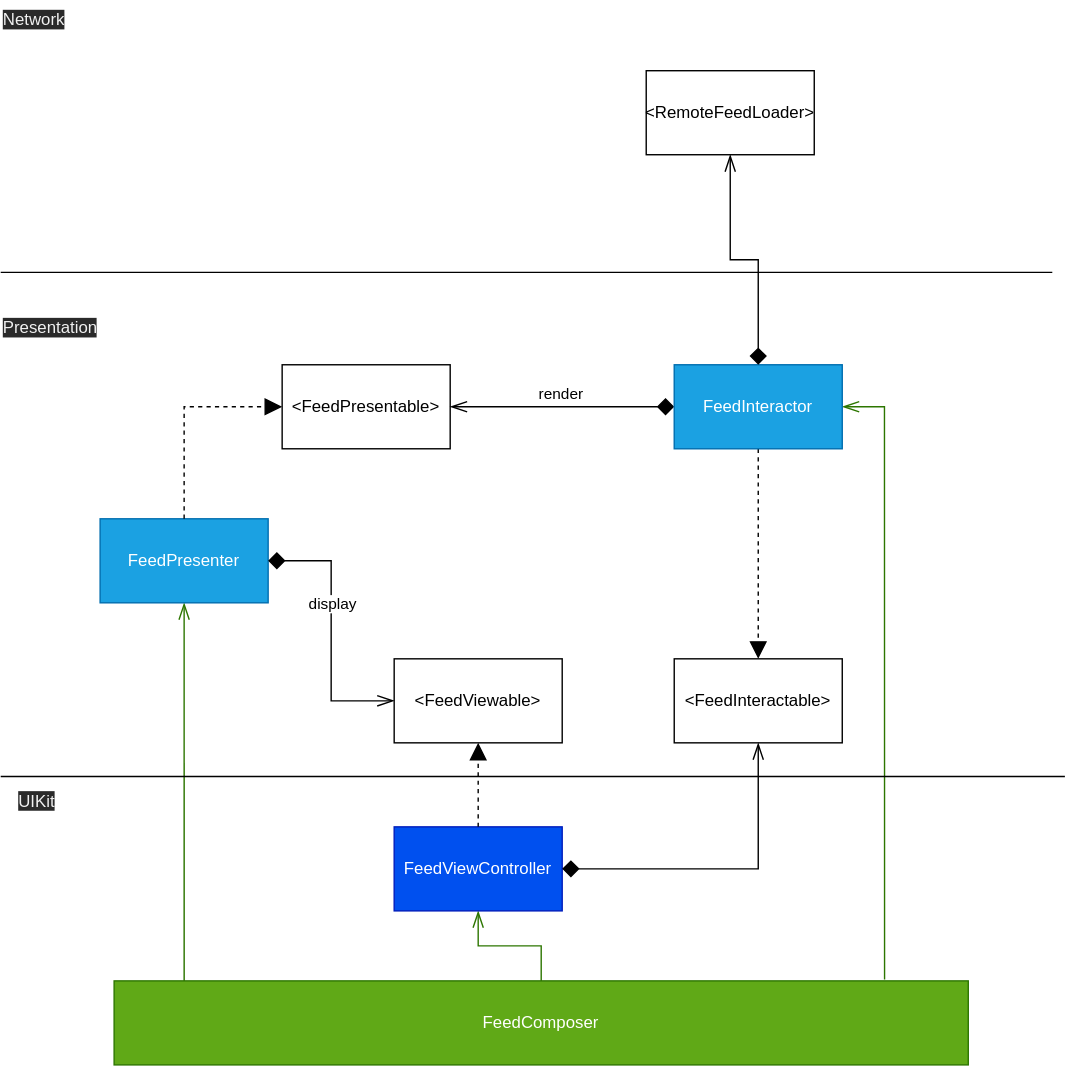
Before: Documents/FeedUseCase.svg, a diagram exported from draw.io (surakamy/PhotoFeedDemo). Source tidied: cells renumbered, new cells last; positions are measured from the earlier drawing's top-left corner, leaving out a move shared by most shapes.
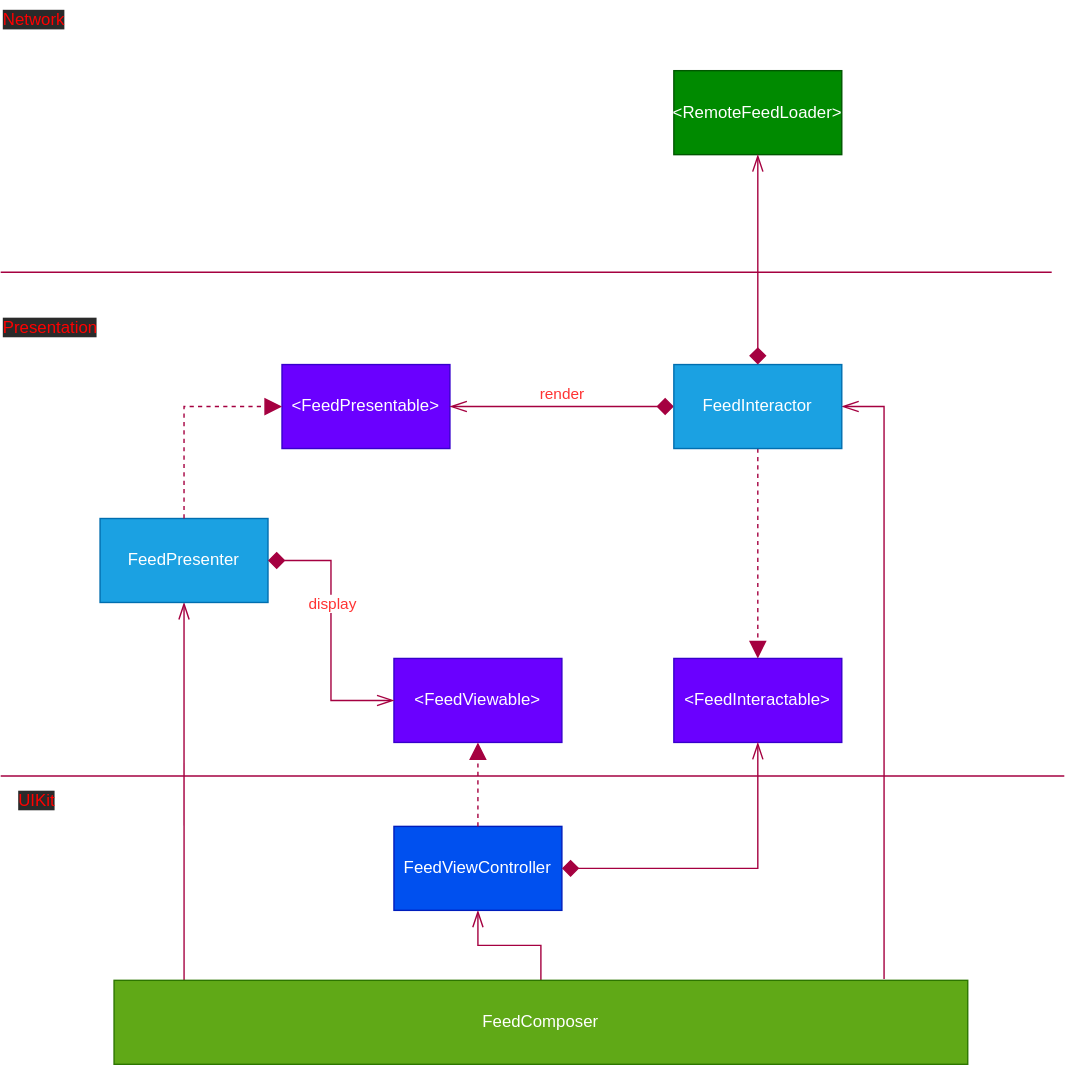
The same file after the commit.

Commit message:
Improve colours on the diagrams

Diff of the diagram source:
```diff
@@ -2,22 +2,22 @@
   <root>
     <mxCell id="0" />
     <mxCell id="1" parent="0" />
-    <mxCell id="2" value="&lt;span&gt;&amp;lt;FeedViewable&amp;gt;&lt;/span&gt;" style="rounded=0;whiteSpace=wrap;html=1;" parent="1" vertex="1">
+    <mxCell id="2" value="&lt;span&gt;&amp;lt;FeedViewable&amp;gt;&lt;/span&gt;" style="rounded=0;whiteSpace=wrap;html=1;fillColor=#6a00ff;strokeColor=#3700CC;fontColor=#ffffff;" parent="1" vertex="1">
       <mxGeometry x="281" y="470" width="120" height="60" as="geometry" />
     </mxCell>
-    <mxCell id="3" value="&lt;span&gt;&amp;lt;FeedInteractable&amp;gt;&lt;/span&gt;" style="rounded=0;whiteSpace=wrap;html=1;" parent="1" vertex="1">
+    <mxCell id="3" value="&lt;span&gt;&amp;lt;FeedInteractable&amp;gt;&lt;/span&gt;" style="rounded=0;whiteSpace=wrap;html=1;fillColor=#6a00ff;strokeColor=#3700CC;fontColor=#ffffff;" parent="1" vertex="1">
       <mxGeometry x="481" y="470" width="120" height="60" as="geometry" />
     </mxCell>
-    <mxCell id="4" value="&lt;span&gt;&amp;lt;FeedPresentable&amp;gt;&lt;/span&gt;" style="rounded=0;whiteSpace=wrap;html=1;" parent="1" vertex="1">
+    <mxCell id="4" value="&lt;span&gt;&amp;lt;FeedPresentable&amp;gt;&lt;/span&gt;" style="rounded=0;whiteSpace=wrap;html=1;fillColor=#6a00ff;strokeColor=#3700CC;fontColor=#ffffff;" parent="1" vertex="1">
       <mxGeometry x="201" y="260" width="120" height="60" as="geometry" />
     </mxCell>
-    <mxCell id="5" style="edgeStyle=orthogonalEdgeStyle;rounded=0;jumpSize=12;jettySize=auto;html=1;exitX=0.5;exitY=0;exitDx=0;exitDy=0;entryX=0.5;entryY=1;entryDx=0;entryDy=0;startArrow=none;startFill=0;startSize=10;endArrow=openThin;endFill=0;endSize=10;fillColor=#60a917;strokeColor=#2D7600;" parent="1" edge="1" source="8" target="18">
+    <mxCell id="5" style="edgeStyle=orthogonalEdgeStyle;rounded=0;jumpSize=12;jettySize=auto;html=1;exitX=0.5;exitY=0;exitDx=0;exitDy=0;entryX=0.5;entryY=1;entryDx=0;entryDy=0;startArrow=none;startFill=0;startSize=10;endArrow=openThin;endFill=0;endSize=10;fillColor=#d80073;strokeColor=#A50040;" parent="1" edge="1" source="8" target="18">
       <mxGeometry relative="1" as="geometry" />
     </mxCell>
-    <mxCell id="6" style="edgeStyle=orthogonalEdgeStyle;rounded=0;jumpSize=12;jettySize=auto;html=1;exitX=0.082;exitY=0;exitDx=0;exitDy=0;entryX=0.5;entryY=1;entryDx=0;entryDy=0;startArrow=none;startFill=0;startSize=10;endArrow=openThin;endFill=0;endSize=10;fillColor=#60a917;strokeColor=#2D7600;exitPerimeter=0;" parent="1" edge="1" source="8" target="13">
+    <mxCell id="6" style="edgeStyle=orthogonalEdgeStyle;rounded=0;jumpSize=12;jettySize=auto;html=1;exitX=0.082;exitY=0;exitDx=0;exitDy=0;entryX=0.5;entryY=1;entryDx=0;entryDy=0;startArrow=none;startFill=0;startSize=10;endArrow=openThin;endFill=0;endSize=10;fillColor=#d80073;strokeColor=#A50040;exitPerimeter=0;" parent="1" edge="1" source="8" target="13">
       <mxGeometry relative="1" as="geometry" />
     </mxCell>
-    <mxCell id="7" style="edgeStyle=orthogonalEdgeStyle;rounded=0;jumpSize=12;jettySize=auto;html=1;exitX=0.902;exitY=-0.017;exitDx=0;exitDy=0;startArrow=none;startFill=0;startSize=10;endArrow=openThin;endFill=0;endSize=10;entryX=1;entryY=0.5;entryDx=0;entryDy=0;fillColor=#60a917;strokeColor=#2D7600;exitPerimeter=0;" parent="1" edge="1" source="8" target="12">
+    <mxCell id="7" style="edgeStyle=orthogonalEdgeStyle;rounded=0;jumpSize=12;jettySize=auto;html=1;exitX=0.902;exitY=-0.017;exitDx=0;exitDy=0;startArrow=none;startFill=0;startSize=10;endArrow=openThin;endFill=0;endSize=10;entryX=1;entryY=0.5;entryDx=0;entryDy=0;fillColor=#d80073;strokeColor=#A50040;exitPerimeter=0;" parent="1" edge="1" source="8" target="12">
       <mxGeometry relative="1" as="geometry">
         <Array as="points">
           <mxPoint x="631" y="290" />
@@ -27,13 +27,13 @@
     <mxCell id="8" value="&lt;span&gt;FeedComposer&lt;/span&gt;" style="rounded=0;whiteSpace=wrap;html=1;fillColor=#60a917;strokeColor=#2D7600;fontColor=#ffffff;" parent="1" vertex="1">
       <mxGeometry x="81" y="700" width="610" height="60" as="geometry" />
     </mxCell>
-    <mxCell id="9" style="edgeStyle=orthogonalEdgeStyle;rounded=0;jettySize=auto;html=1;exitX=0.5;exitY=1;exitDx=0;exitDy=0;entryX=0.5;entryY=0;entryDx=0;entryDy=0;jumpSize=12;endSize=10;startSize=10;endArrow=block;endFill=1;dashed=1;" parent="1" edge="1" source="12" target="3">
+    <mxCell id="9" style="edgeStyle=orthogonalEdgeStyle;rounded=0;jettySize=auto;html=1;exitX=0.5;exitY=1;exitDx=0;exitDy=0;entryX=0.5;entryY=0;entryDx=0;entryDy=0;jumpSize=12;endSize=10;startSize=10;endArrow=block;endFill=1;dashed=1;fillColor=#d80073;strokeColor=#A50040;" parent="1" edge="1" source="12" target="3">
       <mxGeometry relative="1" as="geometry" />
     </mxCell>
-    <mxCell id="10" style="edgeStyle=orthogonalEdgeStyle;rounded=0;jumpSize=12;jettySize=auto;html=1;exitX=0;exitY=0.5;exitDx=0;exitDy=0;entryX=1;entryY=0.5;entryDx=0;entryDy=0;startSize=10;endArrow=openThin;endFill=0;endSize=10;startArrow=diamond;startFill=1;" parent="1" edge="1" source="12" target="4">
+    <mxCell id="10" style="edgeStyle=orthogonalEdgeStyle;rounded=0;jumpSize=12;jettySize=auto;html=1;exitX=0;exitY=0.5;exitDx=0;exitDy=0;entryX=1;entryY=0.5;entryDx=0;entryDy=0;startSize=10;endArrow=openThin;endFill=0;endSize=10;startArrow=diamond;startFill=1;fillColor=#d80073;strokeColor=#A50040;" parent="1" edge="1" source="12" target="4">
       <mxGeometry relative="1" as="geometry" />
     </mxCell>
-    <mxCell id="11" value="render" style="edgeLabel;html=1;align=center;verticalAlign=middle;" parent="10" vertex="1">
+    <mxCell id="11" value="&lt;font color=&quot;#ff3333&quot;&gt;render&lt;/font&gt;" style="edgeLabel;html=1;align=center;verticalAlign=middle;" parent="10" vertex="1">
       <mxGeometry x="0.01" y="1" relative="1" as="geometry">
         <mxPoint y="-11" as="offset" />
       </mxGeometry>
@@ -44,43 +44,43 @@
     <mxCell id="13" value="FeedPresenter" style="rounded=0;whiteSpace=wrap;html=1;fillColor=#1ba1e2;strokeColor=#006EAF;fontColor=#ffffff;" parent="1" vertex="1">
       <mxGeometry x="71" y="370" width="120" height="60" as="geometry" />
     </mxCell>
-    <mxCell id="14" style="edgeStyle=orthogonalEdgeStyle;rounded=0;jettySize=auto;html=1;exitX=0.5;exitY=0;exitDx=0;exitDy=0;entryX=0;entryY=0.5;entryDx=0;entryDy=0;jumpSize=12;endSize=10;startSize=10;endArrow=block;endFill=1;dashed=1;" parent="1" edge="1" source="13" target="4">
+    <mxCell id="14" style="edgeStyle=orthogonalEdgeStyle;rounded=0;jettySize=auto;html=1;exitX=0.5;exitY=0;exitDx=0;exitDy=0;entryX=0;entryY=0.5;entryDx=0;entryDy=0;jumpSize=12;endSize=10;startSize=10;endArrow=block;endFill=1;dashed=1;fillColor=#d80073;strokeColor=#A50040;" parent="1" edge="1" source="13" target="4">
       <mxGeometry relative="1" as="geometry" />
     </mxCell>
-    <mxCell id="15" style="edgeStyle=orthogonalEdgeStyle;rounded=0;jumpSize=12;jettySize=auto;html=1;exitX=1;exitY=0.5;exitDx=0;exitDy=0;entryX=0;entryY=0.5;entryDx=0;entryDy=0;startSize=10;endArrow=openThin;endFill=0;endSize=10;startArrow=diamond;startFill=1;" parent="1" edge="1" source="13" target="2">
+    <mxCell id="15" style="edgeStyle=orthogonalEdgeStyle;rounded=0;jumpSize=12;jettySize=auto;html=1;exitX=1;exitY=0.5;exitDx=0;exitDy=0;entryX=0;entryY=0.5;entryDx=0;entryDy=0;startSize=10;endArrow=openThin;endFill=0;endSize=10;startArrow=diamond;startFill=1;fillColor=#d80073;strokeColor=#A50040;" parent="1" edge="1" source="13" target="2">
       <mxGeometry relative="1" as="geometry" />
     </mxCell>
-    <mxCell id="16" value="display" style="edgeLabel;html=1;align=center;verticalAlign=middle;" parent="15" vertex="1">
+    <mxCell id="16" value="&lt;font color=&quot;#ff3333&quot;&gt;display&lt;/font&gt;" style="edgeLabel;html=1;align=center;verticalAlign=middle;" parent="15" vertex="1">
       <mxGeometry x="-0.21" relative="1" as="geometry" />
     </mxCell>
-    <mxCell id="17" style="line;strokeWidth=1;fillColor=none;align=left;verticalAlign=middle;spacingTop=-1;spacingLeft=3;spacingRight=3;labelPosition=right;" parent="1" vertex="1">
+    <mxCell id="17" style="line;strokeWidth=1;fillColor=#d80073;align=left;verticalAlign=middle;spacingTop=-1;spacingLeft=3;spacingRight=3;labelPosition=right;strokeColor=#A50040;fontColor=#ffffff;" parent="1" vertex="1">
       <mxGeometry y="550" width="760" height="8" as="geometry" />
     </mxCell>
     <mxCell id="18" value="&lt;span&gt;FeedViewController&lt;/span&gt;" style="rounded=0;whiteSpace=wrap;html=1;fillColor=#0050ef;strokeColor=#001DBC;fontColor=#ffffff;" parent="1" vertex="1">
       <mxGeometry x="281" y="590" width="120" height="60" as="geometry" />
     </mxCell>
-    <mxCell id="19" style="edgeStyle=orthogonalEdgeStyle;rounded=0;jettySize=auto;html=1;exitX=0.5;exitY=0;exitDx=0;exitDy=0;entryX=0.5;entryY=1;entryDx=0;entryDy=0;jumpSize=12;endSize=10;startSize=10;endArrow=block;endFill=1;dashed=1;" parent="1" edge="1" source="18" target="2">
+    <mxCell id="19" style="edgeStyle=orthogonalEdgeStyle;rounded=0;jettySize=auto;html=1;exitX=0.5;exitY=0;exitDx=0;exitDy=0;entryX=0.5;entryY=1;entryDx=0;entryDy=0;jumpSize=12;endSize=10;startSize=10;endArrow=block;endFill=1;dashed=1;fillColor=#d80073;strokeColor=#A50040;" parent="1" edge="1" source="18" target="2">
       <mxGeometry relative="1" as="geometry" />
     </mxCell>
-    <mxCell id="20" style="edgeStyle=orthogonalEdgeStyle;rounded=0;jumpSize=12;jettySize=auto;html=1;exitX=1;exitY=0.5;exitDx=0;exitDy=0;entryX=0.5;entryY=1;entryDx=0;entryDy=0;startSize=10;endArrow=openThin;endFill=0;endSize=10;startArrow=diamond;startFill=1;" parent="1" edge="1" source="18" target="3">
+    <mxCell id="20" style="edgeStyle=orthogonalEdgeStyle;rounded=0;jumpSize=12;jettySize=auto;html=1;exitX=1;exitY=0.5;exitDx=0;exitDy=0;entryX=0.5;entryY=1;entryDx=0;entryDy=0;startSize=10;endArrow=openThin;endFill=0;endSize=10;startArrow=diamond;startFill=1;fillColor=#d80073;strokeColor=#A50040;" parent="1" edge="1" source="18" target="3">
       <mxGeometry relative="1" as="geometry" />
     </mxCell>
-    <mxCell id="21" value="&lt;span style=&quot;color: rgb(240 , 240 , 240) ; font-family: &amp;#34;helvetica&amp;#34; ; font-size: 12px ; font-style: normal ; font-weight: 400 ; letter-spacing: normal ; text-align: center ; text-indent: 0px ; text-transform: none ; word-spacing: 0px ; background-color: rgb(42 , 42 , 42) ; display: inline ; float: none&quot;&gt;UIKit&lt;/span&gt;" style="text;whiteSpace=wrap;html=1;" parent="1" vertex="1">
+    <mxCell id="21" value="&lt;span style=&quot;font-family: &amp;#34;helvetica&amp;#34; ; font-size: 12px ; font-style: normal ; font-weight: 400 ; letter-spacing: normal ; text-align: center ; text-indent: 0px ; text-transform: none ; word-spacing: 0px ; background-color: rgb(42 , 42 , 42) ; display: inline ; float: none&quot;&gt;&lt;font color=&quot;#ff0000&quot;&gt;UIKit&lt;/font&gt;&lt;/span&gt;" style="text;whiteSpace=wrap;html=1;" parent="1" vertex="1">
       <mxGeometry x="11" y="558" width="50" height="30" as="geometry" />
     </mxCell>
-    <mxCell id="22" value="&lt;span style=&quot;color: rgb(240 , 240 , 240) ; font-family: &amp;#34;helvetica&amp;#34; ; font-size: 12px ; font-style: normal ; font-weight: 400 ; letter-spacing: normal ; text-align: center ; text-indent: 0px ; text-transform: none ; word-spacing: 0px ; background-color: rgb(42 , 42 , 42) ; display: inline ; float: none&quot;&gt;Presentation&lt;/span&gt;" style="text;whiteSpace=wrap;html=1;" parent="1" vertex="1">
+    <mxCell id="22" value="&lt;span style=&quot;font-family: &amp;#34;helvetica&amp;#34; ; font-size: 12px ; font-style: normal ; font-weight: 400 ; letter-spacing: normal ; text-align: center ; text-indent: 0px ; text-transform: none ; word-spacing: 0px ; background-color: rgb(42 , 42 , 42) ; display: inline ; float: none&quot;&gt;&lt;font color=&quot;#ff0000&quot;&gt;Presentation&lt;/font&gt;&lt;/span&gt;" style="text;whiteSpace=wrap;html=1;" parent="1" vertex="1">
       <mxGeometry y="220" width="81" height="30" as="geometry" />
     </mxCell>
-    <mxCell id="23" style="line;strokeWidth=1;fillColor=none;align=left;verticalAlign=middle;spacingTop=-1;spacingLeft=3;spacingRight=3;labelPosition=right;" parent="1" vertex="1">
+    <mxCell id="23" style="line;strokeWidth=1;fillColor=#d80073;align=left;verticalAlign=middle;spacingTop=-1;spacingLeft=3;spacingRight=3;labelPosition=right;strokeColor=#A50040;fontColor=#ffffff;" parent="1" vertex="1">
       <mxGeometry y="190" width="751" height="8" as="geometry" />
     </mxCell>
-    <mxCell id="24" value="&lt;span&gt;&amp;lt;RemoteFeedLoader&amp;gt;&lt;/span&gt;" style="rounded=0;whiteSpace=wrap;html=1;" parent="1" vertex="1">
-      <mxGeometry x="461" y="50" width="120" height="60" as="geometry" />
+    <mxCell id="24" value="&lt;span&gt;&amp;lt;RemoteFeedLoader&amp;gt;&lt;/span&gt;" style="rounded=0;whiteSpace=wrap;html=1;fillColor=#008a00;strokeColor=#005700;fontColor=#ffffff;" parent="1" vertex="1">
+      <mxGeometry x="481" y="50" width="120" height="60" as="geometry" />
     </mxCell>
-    <mxCell id="25" style="edgeStyle=orthogonalEdgeStyle;rounded=0;jumpSize=12;jettySize=auto;html=1;exitX=0.5;exitY=0;exitDx=0;exitDy=0;entryX=0.5;entryY=1;entryDx=0;entryDy=0;startSize=10;endArrow=openThin;endFill=0;endSize=10;startArrow=diamond;startFill=1;" parent="1" edge="1" source="12" target="24">
+    <mxCell id="25" style="edgeStyle=orthogonalEdgeStyle;rounded=0;jumpSize=12;jettySize=auto;html=1;exitX=0.5;exitY=0;exitDx=0;exitDy=0;entryX=0.5;entryY=1;entryDx=0;entryDy=0;startSize=10;endArrow=openThin;endFill=0;endSize=10;startArrow=diamond;startFill=1;fillColor=#d80073;strokeColor=#A50040;" parent="1" edge="1" source="12" target="24">
       <mxGeometry relative="1" as="geometry" />
     </mxCell>
-    <mxCell id="26" value="&lt;span style=&quot;color: rgb(240 , 240 , 240) ; font-family: &amp;#34;helvetica&amp;#34; ; font-size: 12px ; font-style: normal ; font-weight: 400 ; letter-spacing: normal ; text-align: center ; text-indent: 0px ; text-transform: none ; word-spacing: 0px ; background-color: rgb(42 , 42 , 42) ; display: inline ; float: none&quot;&gt;Network&lt;/span&gt;" style="text;whiteSpace=wrap;html=1;" parent="1" vertex="1">
+    <mxCell id="26" value="&lt;span style=&quot;font-family: &amp;#34;helvetica&amp;#34; ; font-size: 12px ; font-style: normal ; font-weight: 400 ; letter-spacing: normal ; text-align: center ; text-indent: 0px ; text-transform: none ; word-spacing: 0px ; background-color: rgb(42 , 42 , 42) ; display: inline ; float: none&quot;&gt;&lt;font color=&quot;#ff0000&quot;&gt;Network&lt;/font&gt;&lt;/span&gt;" style="text;whiteSpace=wrap;html=1;" parent="1" vertex="1">
       <mxGeometry width="81" height="30" as="geometry" />
     </mxCell>
   </root>
```
